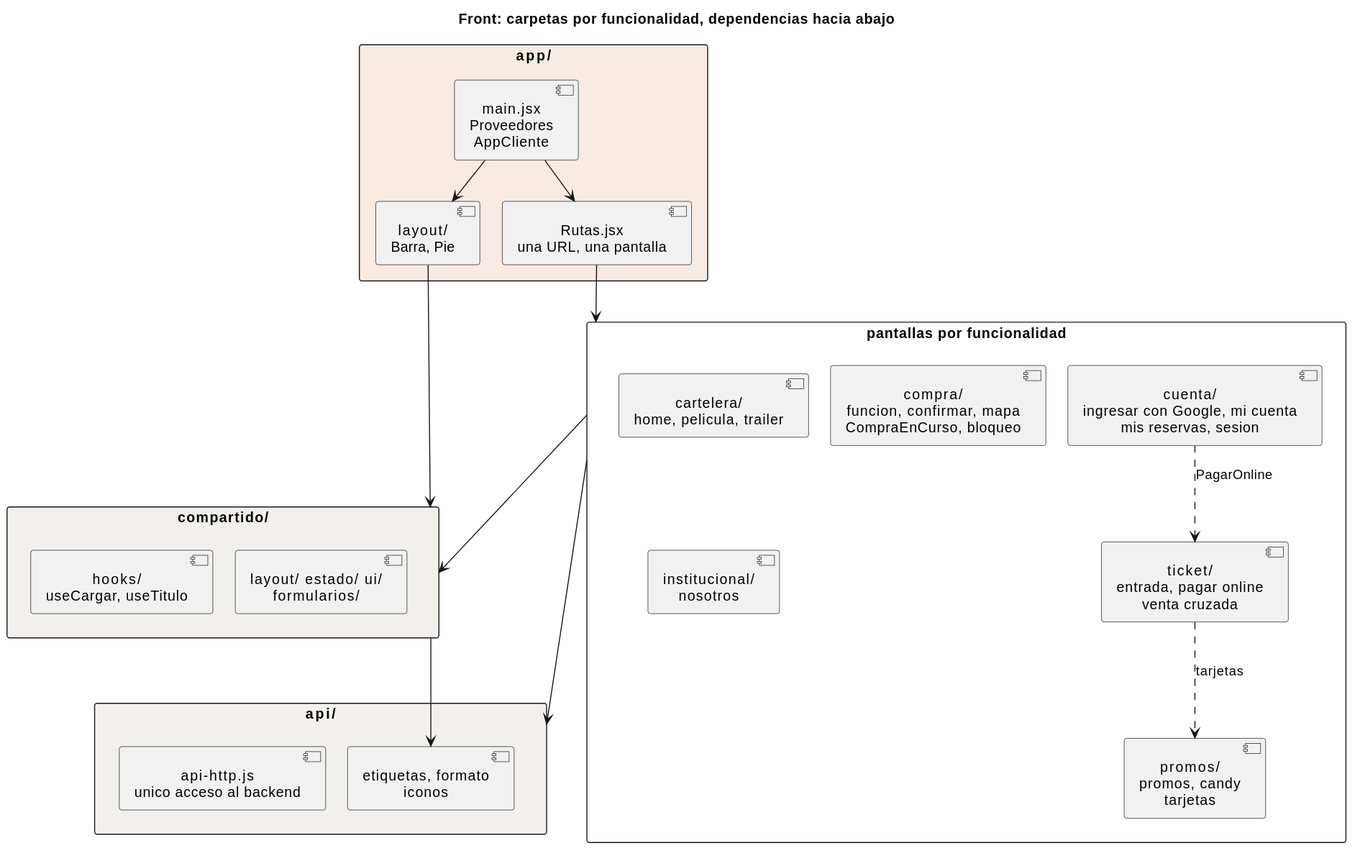
This is _other/docs/diagramas/front-estructura.svg from andreiveisuade/cine-uade, a PlantUML export, as it was before one commit.
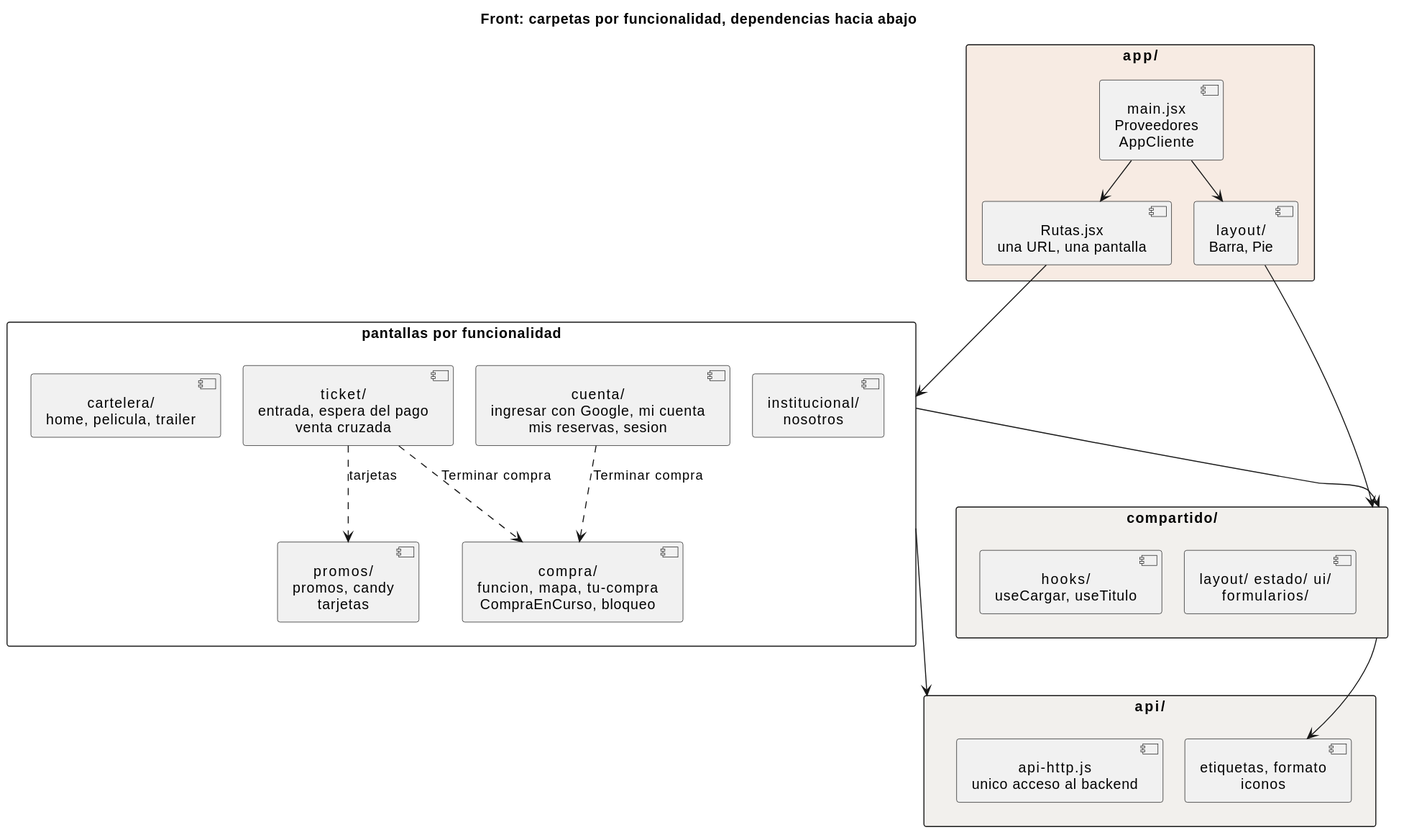
The same file after the commit.

Diff of the diagram source:
```diff
@@ -14,8 +14,8 @@
 
 package "pantallas por funcionalidad" as PANT {
   [cartelera/\nhome, pelicula, trailer] as CART
-  [compra/\nfuncion, confirmar, mapa\nCompraEnCurso, bloqueo] as COMPRA
-  [ticket/\nentrada, pagar online\nventa cruzada] as TICKET
+  [compra/\nfuncion, mapa, tu-compra\nCompraEnCurso, bloqueo] as COMPRA
+  [ticket/\nentrada, espera del pago\nventa cruzada] as TICKET
   [cuenta/\ningresar con Google, mi cuenta\nmis reservas, sesion] as CUENTA
   [promos/\npromos, candy\ntarjetas] as PROMOS
   [institucional/\nnosotros] as INST
@@ -35,7 +35,8 @@
 MARCO --> LAYOUT
 RUTAS --> PANT
 TICKET ..> PROMOS : tarjetas
-CUENTA ..> TICKET : PagarOnline
+CUENTA ..> COMPRA : Terminar compra
+TICKET ..> COMPRA : Terminar compra
 PANT --> COMP
 PANT --> API
 COMP --> PRES
```
